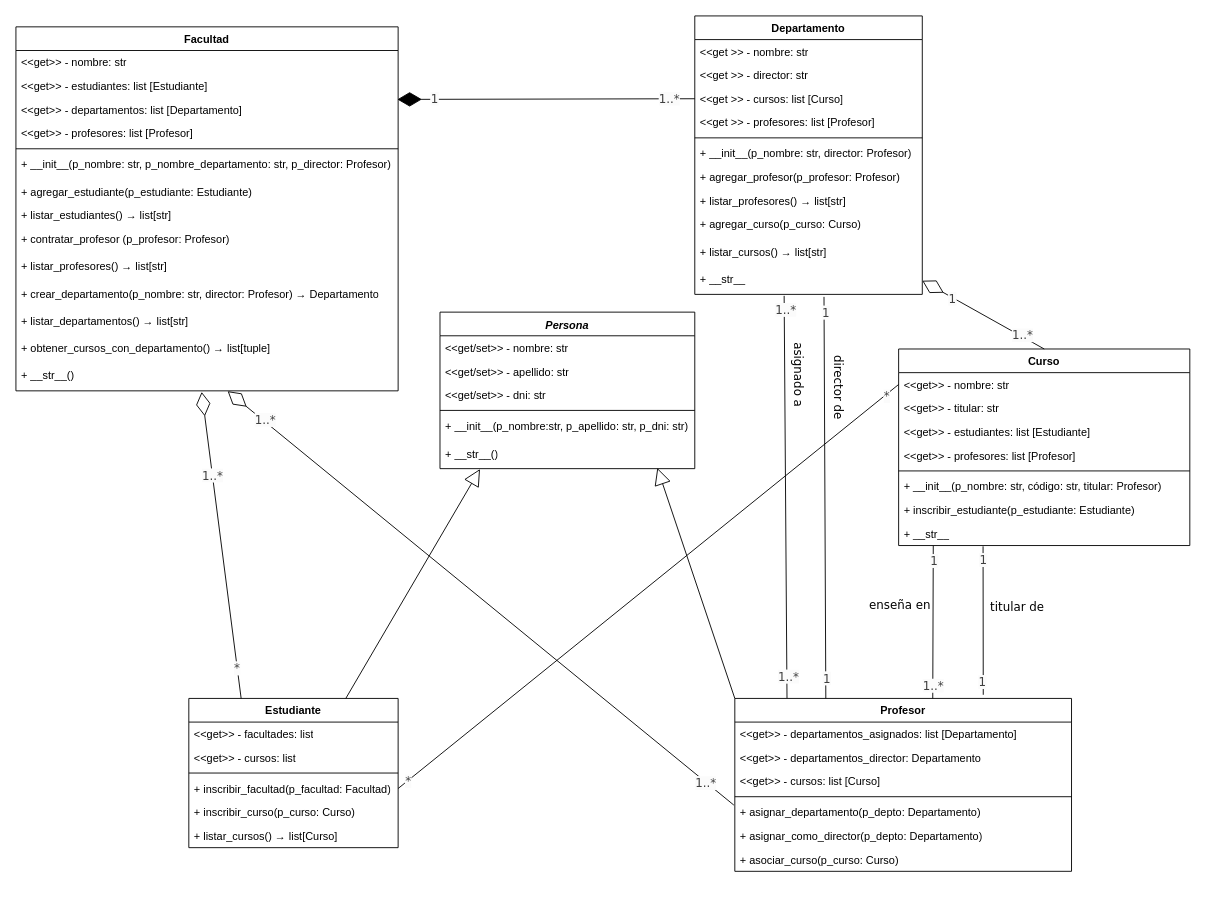
This is TrabajoPractico_2/proyecto1/docs/diagrama_UML_p1.drawio from FelipeCarrozzo/prog_avanzada, a draw.io file, before an edit. Source tidied: cells renumbered, new cells numbered last; positions are measured from the earlier drawing's top-left corner, leaving out a move shared by most shapes. Both pictures are drawn from the tidied source at 91%, with x=0, y=0 at pixel (15, 15).
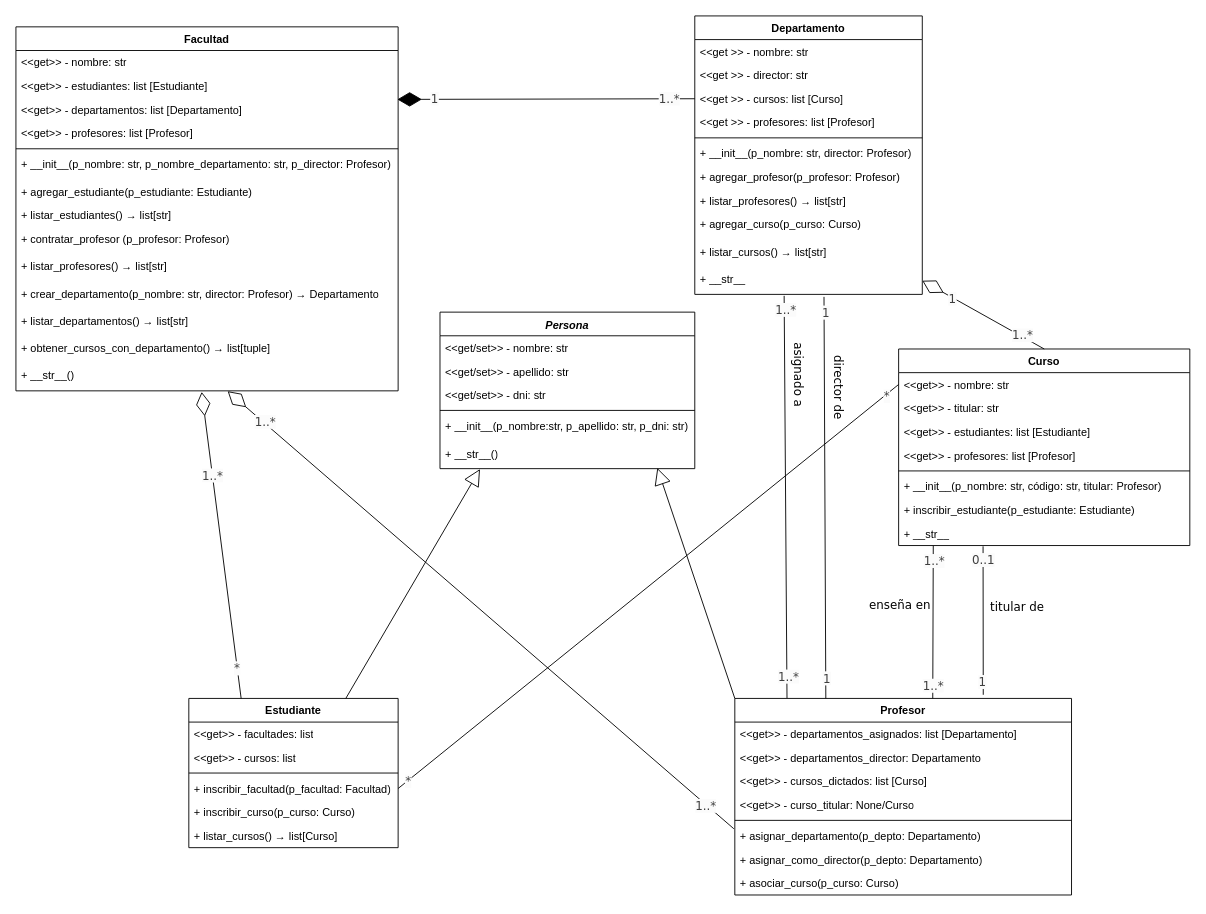
Above is the later version.

The change refers to these unchanged cells:
```xml
<mxCell id="68" style="edgeStyle=none;html=1;entryX=0.75;entryY=0;entryDx=0;entryDy=0;endArrow=none;endFill=0;exitX=0.119;exitY=1.009;exitDx=0;exitDy=0;exitPerimeter=0;" parent="1" edge="1" source="44">
  <mxGeometry relative="1" as="geometry">
    <mxPoint x="1007.5" y="750" as="targetPoint" />
  </mxGeometry>
</mxCell>
<mxCell id="88" style="edgeStyle=none;html=1;endArrow=none;endFill=0;exitX=0.29;exitY=1.032;exitDx=0;exitDy=0;exitPerimeter=0;" parent="1" edge="1" source="44">
  <mxGeometry relative="1" as="geometry">
    <mxPoint x="1063" y="746" as="targetPoint" />
  </mxGeometry>
</mxCell>
```

Change to the diagram source:
```diff
@@
     <mxCell id="45" value="Profesor" style="swimlane;fontStyle=1;align=center;verticalAlign=top;horizontal=1;startSize=26;whiteSpace=wrap;html=1;" parent="1" vertex="1">
-      <mxGeometry x="790" y="750" width="370" height="190" as="geometry" />
+      <mxGeometry x="790" y="750" width="370" height="216" as="geometry" />
     </mxCell>
@@
-    <mxCell id="48" value="&amp;lt;&amp;lt;get&amp;gt;&amp;gt; - cursos: list [Curso]" style="text;strokeColor=none;fillColor=none;align=left;verticalAlign=top;spacingLeft=4;spacingRight=4;overflow=hidden;whiteSpace=wrap;html=1;" parent="45" vertex="1">
+    <mxCell id="48" value="&amp;lt;&amp;lt;get&amp;gt;&amp;gt; - cursos_dictados: list [Curso]" style="text;strokeColor=none;fillColor=none;align=left;verticalAlign=top;spacingLeft=4;spacingRight=4;overflow=hidden;whiteSpace=wrap;html=1;" parent="45" vertex="1">
       <mxGeometry y="78" width="370" height="26" as="geometry" />
     </mxCell>
+    <mxCell id="93" value="&amp;lt;&amp;lt;get&amp;gt;&amp;gt; - curso_titular: None/Curso" style="text;strokeColor=none;fillColor=none;align=left;verticalAlign=top;spacingLeft=4;spacingRight=4;overflow=hidden;whiteSpace=wrap;html=1;" parent="45" vertex="1">
+      <mxGeometry y="104" width="370" height="26" as="geometry" />
+    </mxCell>
     <mxCell id="49" style="line;strokeWidth=1;fillColor=none;align=left;verticalAlign=middle;spacingTop=-1;spacingLeft=3;spacingRight=3;labelPosition=right;strokeColor=inherit;" parent="45" vertex="1">
-      <mxGeometry y="104" width="370" height="8" as="geometry" />
+      <mxGeometry y="130" width="370" height="8" as="geometry" />
     </mxCell>
     <mxCell id="50" value="+ asignar_departamento(p_depto: Departamento)" style="text;strokeColor=none;fillColor=none;align=left;verticalAlign=top;spacingLeft=4;spacingRight=4;overflow=hidden;points=[[0,0.5],[1,0.5]];portConstraint=eastwest;whiteSpace=wrap;html=1;" parent="45" vertex="1">
-      <mxGeometry y="112" width="370" height="26" as="geometry" />
+      <mxGeometry y="138" width="370" height="26" as="geometry" />
     </mxCell>
     <mxCell id="51" value="+ asignar_como_director(p_depto: Departamento)" style="text;strokeColor=none;fillColor=none;align=left;verticalAlign=top;spacingLeft=4;spacingRight=4;overflow=hidden;whiteSpace=wrap;html=1;" parent="45" vertex="1">
-      <mxGeometry y="138" width="370" height="26" as="geometry" />
+      <mxGeometry y="164" width="370" height="26" as="geometry" />
     </mxCell>
     <mxCell id="52" value="+ asociar_curso(p_curso: Curso)" style="text;strokeColor=none;fillColor=none;align=left;verticalAlign=top;spacingLeft=4;spacingRight=4;overflow=hidden;whiteSpace=wrap;html=1;" parent="45" vertex="1">
-      <mxGeometry y="164" width="370" height="26" as="geometry" />
+      <mxGeometry y="190" width="370" height="26" as="geometry" />
     </mxCell>
@@
-    <mxCell id="70" value="&lt;span style=&quot;color: rgb(63, 63, 63); font-family: Verdana; font-size: 13px; text-align: left; text-wrap-mode: wrap; background-color: rgb(251, 251, 251);&quot;&gt;1&lt;/span&gt;" style="edgeLabel;html=1;align=center;verticalAlign=middle;" parent="68" vertex="1">
+    <mxCell id="70" value="&lt;span style=&quot;color: rgb(63, 63, 63); font-family: Verdana; font-size: 13px; text-align: left; text-wrap-mode: wrap; background-color: rgb(251, 251, 251);&quot;&gt;1..*&lt;/span&gt;" style="edgeLabel;html=1;align=center;verticalAlign=middle;" parent="68" vertex="1">
       <mxGeometry x="-0.81" y="1" relative="1" as="geometry">
         <mxPoint x="-1" as="offset" />
       </mxGeometry>
     </mxCell>
@@
-    <mxCell id="89" value="&lt;span style=&quot;color: rgb(63, 63, 63); font-family: Verdana; font-size: 13px; text-align: left; text-wrap-mode: wrap; background-color: rgb(251, 251, 251);&quot;&gt;1&lt;/span&gt;" style="edgeLabel;html=1;align=center;verticalAlign=middle;" parent="88" vertex="1">
+    <mxCell id="89" value="&lt;span style=&quot;color: rgb(63, 63, 63); font-family: Verdana; font-size: 13px; text-align: left; text-wrap-mode: wrap; background-color: rgb(251, 251, 251);&quot;&gt;0..1&lt;/span&gt;" style="edgeLabel;html=1;align=center;verticalAlign=middle;" parent="88" vertex="1">
       <mxGeometry x="-0.85" relative="1" as="geometry">
         <mxPoint y="3" as="offset" />
       </mxGeometry>
     </mxCell>
```
